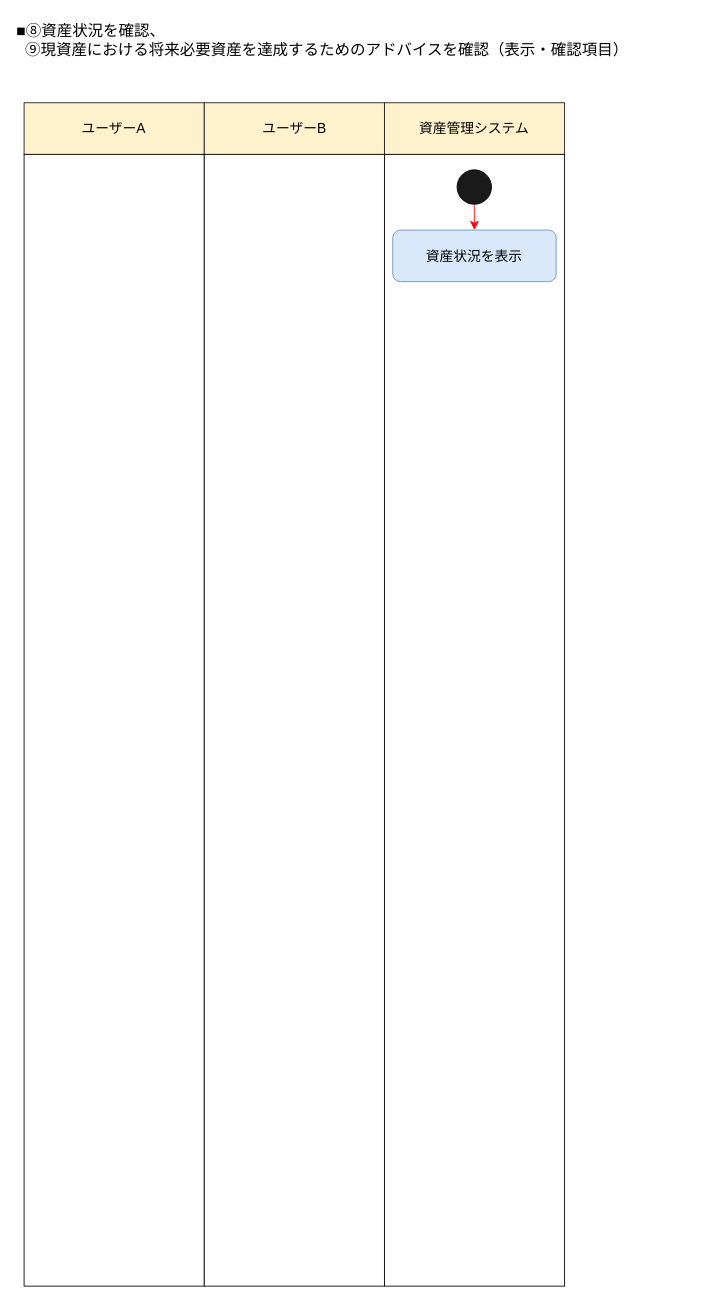
The draw.io diagram page "アクティビティ図(表示・確認項目)" (5 of 5) of コンテキスト図.drawio in 10mo8mi2/20231121_Udemy_-_-, before the edit. Source tidied: cells renumbered, new cells numbered last; positions are measured from the earlier drawing's top-left corner, leaving out a move shared by most shapes. Both pictures are drawn from the tidied source at 86%, with x=0, y=0 at pixel (15, 15).
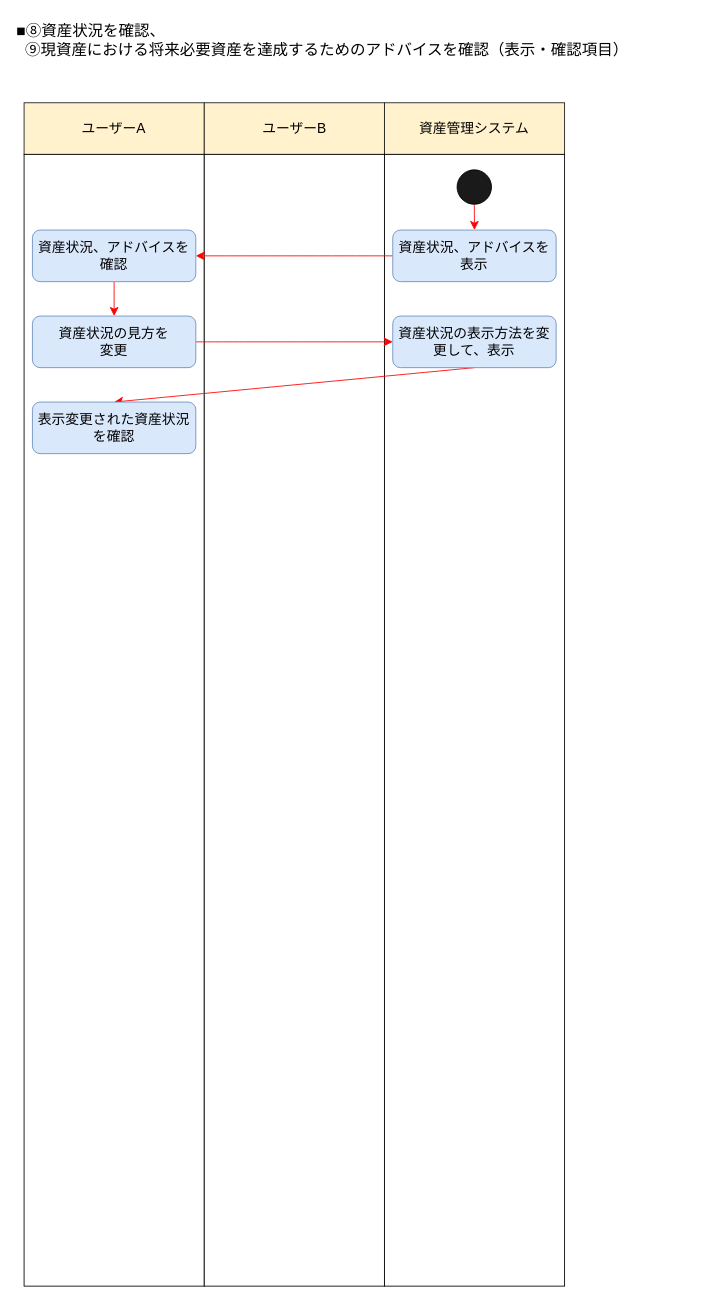
The same diagram, later.

Commit message:
コンテキスト図.drawio を更新します

Change to the diagram source:
```diff
@@
+    <mxCell id="15" style="edgeStyle=none;shape=connector;curved=1;rounded=0;jettySize=auto;html=1;exitX=0;exitY=0.5;exitDx=0;exitDy=0;entryX=1;entryY=0.5;entryDx=0;entryDy=0;labelBackgroundColor=default;strokeColor=#FF0000;align=center;verticalAlign=middle;fontFamily=Helvetica;fontSize=12;fontColor=default;endArrow=classic;startSize=8;endSize=8;" parent="1" edge="1" source="14" target="17">
+      <mxGeometry relative="1" as="geometry" />
+    </mxCell>
-    <mxCell id="14" value="資産状況を表示" style="rounded=1;whiteSpace=wrap;html=1;fontSize=16;fillColor=#dae8fc;strokeColor=#6c8ebf;" parent="1" vertex="1">
+    <mxCell id="14" value="資産状況、アドバイスを表示" style="rounded=1;whiteSpace=wrap;html=1;fontSize=16;fillColor=#dae8fc;strokeColor=#6c8ebf;" parent="1" vertex="1">
       <mxGeometry x="439.2" y="250" width="190" height="60" as="geometry" />
     </mxCell>
+    <mxCell id="16" style="edgeStyle=none;shape=connector;curved=1;rounded=0;jettySize=auto;html=1;exitX=0.5;exitY=1;exitDx=0;exitDy=0;entryX=0.5;entryY=0;entryDx=0;entryDy=0;labelBackgroundColor=default;strokeColor=#FF0000;align=center;verticalAlign=middle;fontFamily=Helvetica;fontSize=12;fontColor=default;endArrow=classic;startSize=8;endSize=8;" parent="1" edge="1" source="17" target="19">
+      <mxGeometry relative="1" as="geometry" />
+    </mxCell>
+    <mxCell id="17" value="資産状況、アドバイスを確認" style="rounded=1;whiteSpace=wrap;html=1;fontSize=16;fillColor=#dae8fc;strokeColor=#6c8ebf;" parent="1" vertex="1">
+      <mxGeometry x="20.2" y="250" width="190" height="60" as="geometry" />
+    </mxCell>
+    <mxCell id="18" style="edgeStyle=none;shape=connector;curved=1;rounded=0;jettySize=auto;html=1;exitX=1;exitY=0.5;exitDx=0;exitDy=0;entryX=0;entryY=0.5;entryDx=0;entryDy=0;labelBackgroundColor=default;strokeColor=#FF0000;align=center;verticalAlign=middle;fontFamily=Helvetica;fontSize=12;fontColor=default;endArrow=classic;startSize=8;endSize=8;" parent="1" edge="1" source="19" target="21">
+      <mxGeometry relative="1" as="geometry" />
+    </mxCell>
+    <mxCell id="19" value="資産状況の見方を&lt;br&gt;変更" style="rounded=1;whiteSpace=wrap;html=1;fontSize=16;fillColor=#dae8fc;strokeColor=#6c8ebf;" parent="1" vertex="1">
+      <mxGeometry x="20.2" y="350" width="190" height="60" as="geometry" />
+    </mxCell>
+    <mxCell id="20" style="edgeStyle=none;shape=connector;curved=1;rounded=0;jettySize=auto;html=1;exitX=0.5;exitY=1;exitDx=0;exitDy=0;entryX=0.5;entryY=0;entryDx=0;entryDy=0;labelBackgroundColor=default;strokeColor=#FF0000;align=center;verticalAlign=middle;fontFamily=Helvetica;fontSize=12;fontColor=default;endArrow=classic;startSize=8;endSize=8;" parent="1" edge="1" source="21" target="22">
+      <mxGeometry relative="1" as="geometry" />
+    </mxCell>
+    <mxCell id="21" value="資産状況の表示方法を変更して、表示" style="rounded=1;whiteSpace=wrap;html=1;fontSize=16;fillColor=#dae8fc;strokeColor=#6c8ebf;" parent="1" vertex="1">
+      <mxGeometry x="439.2" y="350" width="190" height="60" as="geometry" />
+    </mxCell>
+    <mxCell id="22" value="表示変更された資産状況を確認" style="rounded=1;whiteSpace=wrap;html=1;fontSize=16;fillColor=#dae8fc;strokeColor=#6c8ebf;" parent="1" vertex="1">
+      <mxGeometry x="20.2" y="450" width="190" height="60" as="geometry" />
+    </mxCell>
```
